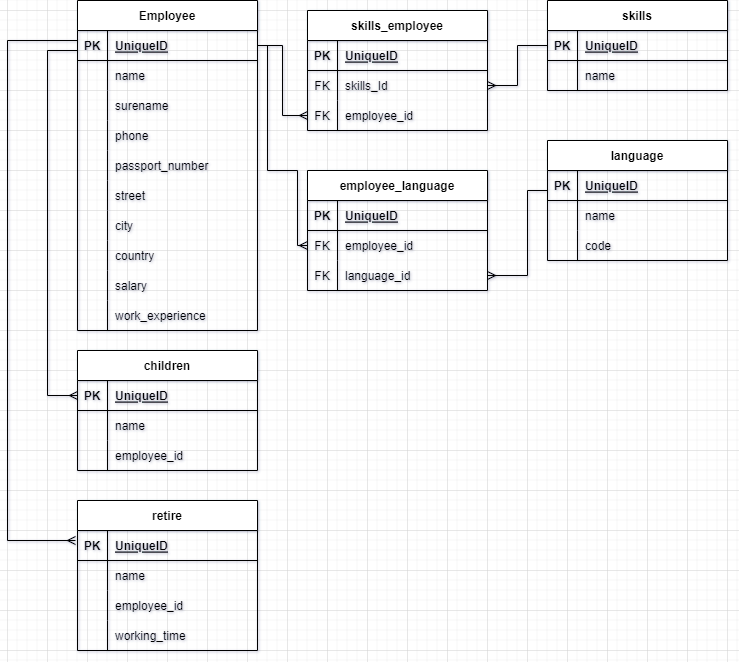
Earlier version of the draw.io export Untitled Diagram.drawio.png (JafaribnJasur/Lesson). Source tidied: cells renumbered, new cells last; positions are measured from the earlier drawing's top-left corner, leaving out a move shared by most shapes.
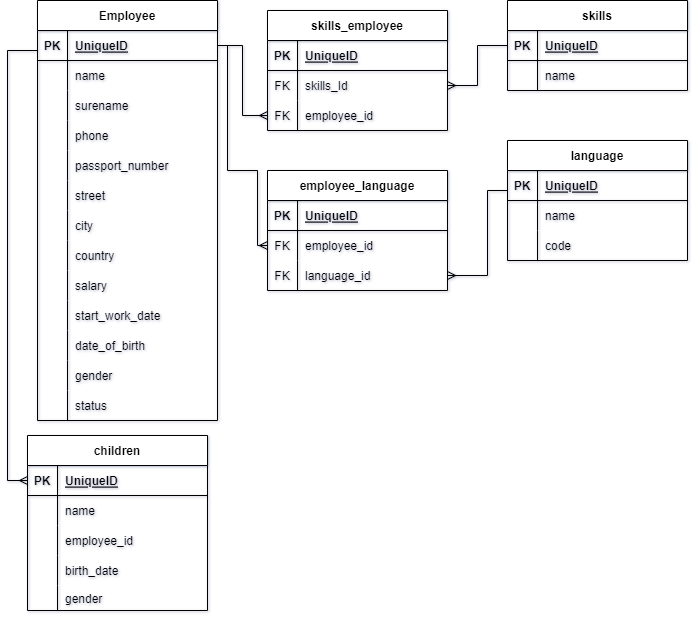
After the change.

Change to the diagram source:
```diff
@@ -3,7 +3,7 @@
     <mxCell id="0" />
     <mxCell id="1" parent="0" />
     <mxCell id="2" value="Employee" style="shape=table;startSize=30;rowLines=0;fontStyle=1;align=center;" parent="1" vertex="1">
-      <mxGeometry x="70" width="180" height="330" as="geometry" />
+      <mxGeometry x="70" width="180" height="420" as="geometry" />
     </mxCell>
     <mxCell id="3" style="shape=tableRow;horizontal=0;startSize=0;swimlaneHead=0;swimlaneBody=0;fillColor=none;points=[[0,0.5],[1,0.5]];portConstraint=eastwest;top=0;left=0;right=0;bottom=1;" parent="2" vertex="1">
       <mxGeometry y="30" width="180" height="30" as="geometry" />
@@ -92,9 +92,36 @@
     <mxCell id="31" style="shape=partialRectangle;fillColor=none;top=0;left=0;bottom=0;right=0;overflow=hidden;" parent="30" vertex="1">
       <mxGeometry width="30" height="30" as="geometry" />
     </mxCell>
-    <mxCell id="32" value="work_experience" style="shape=partialRectangle;fillColor=none;top=0;left=0;bottom=0;right=0;align=left;spacingLeft=6;overflow=hidden;" parent="30" vertex="1">
+    <mxCell id="32" value="start_work_date" style="shape=partialRectangle;fillColor=none;top=0;left=0;bottom=0;right=0;align=left;spacingLeft=6;overflow=hidden;" parent="30" vertex="1">
       <mxGeometry x="30" width="150" height="30" as="geometry" />
     </mxCell>
+    <mxCell id="99" style="shape=tableRow;horizontal=0;startSize=0;swimlaneHead=0;swimlaneBody=0;fillColor=none;top=0;left=0;right=0;bottom=0;" parent="2" vertex="1">
+      <mxGeometry y="330" width="180" height="30" as="geometry" />
+    </mxCell>
+    <mxCell id="100" style="shape=partialRectangle;fillColor=none;top=0;left=0;bottom=0;right=0;overflow=hidden;" parent="99" vertex="1">
+      <mxGeometry width="30" height="30" as="geometry" />
+    </mxCell>
+    <mxCell id="101" value="date_of_birth" style="shape=partialRectangle;fillColor=none;top=0;left=0;bottom=0;right=0;align=left;spacingLeft=6;overflow=hidden;" parent="99" vertex="1">
+      <mxGeometry x="30" width="150" height="30" as="geometry" />
+    </mxCell>
+    <mxCell id="102" style="shape=tableRow;horizontal=0;startSize=0;swimlaneHead=0;swimlaneBody=0;fillColor=none;top=0;left=0;right=0;bottom=0;" parent="2" vertex="1">
+      <mxGeometry y="360" width="180" height="30" as="geometry" />
+    </mxCell>
+    <mxCell id="103" style="shape=partialRectangle;fillColor=none;top=0;left=0;bottom=0;right=0;overflow=hidden;" parent="102" vertex="1">
+      <mxGeometry width="30" height="30" as="geometry" />
+    </mxCell>
+    <mxCell id="104" value="gender" style="shape=partialRectangle;fillColor=none;top=0;left=0;bottom=0;right=0;align=left;spacingLeft=6;overflow=hidden;" parent="102" vertex="1">
+      <mxGeometry x="30" width="150" height="30" as="geometry" />
+    </mxCell>
+    <mxCell id="105" style="shape=tableRow;horizontal=0;startSize=0;swimlaneHead=0;swimlaneBody=0;fillColor=none;top=0;left=0;right=0;bottom=0;" parent="2" vertex="1">
+      <mxGeometry y="390" width="180" height="30" as="geometry" />
+    </mxCell>
+    <mxCell id="106" style="shape=partialRectangle;fillColor=none;top=0;left=0;bottom=0;right=0;overflow=hidden;" parent="105" vertex="1">
+      <mxGeometry width="30" height="30" as="geometry" />
+    </mxCell>
+    <mxCell id="107" value="status" style="shape=partialRectangle;fillColor=none;top=0;left=0;bottom=0;right=0;align=left;spacingLeft=6;overflow=hidden;" parent="105" vertex="1">
+      <mxGeometry x="30" width="150" height="30" as="geometry" />
+    </mxCell>
     <mxCell id="33" value="skills" style="shape=table;startSize=30;rowLines=0;fontStyle=1;align=center;" parent="1" vertex="1">
       <mxGeometry x="540" width="180" height="90" as="geometry" />
     </mxCell>
@@ -232,7 +259,7 @@
       </mxGeometry>
     </mxCell>
     <mxCell id="74" value="children" style="shape=table;startSize=30;rowLines=0;fontStyle=1;align=center;" parent="1" vertex="1">
-      <mxGeometry x="70" y="350" width="180" height="120" as="geometry" />
+      <mxGeometry x="60" y="435" width="180" height="175" as="geometry" />
     </mxCell>
     <mxCell id="75" style="shape=tableRow;horizontal=0;startSize=0;swimlaneHead=0;swimlaneBody=0;fillColor=none;points=[[0,0.5],[1,0.5]];portConstraint=eastwest;top=0;left=0;right=0;bottom=1;" parent="74" vertex="1">
       <mxGeometry y="30" width="180" height="30" as="geometry" />
@@ -261,64 +288,32 @@
     <mxCell id="83" value="employee_id" style="shape=partialRectangle;fillColor=none;top=0;left=0;bottom=0;right=0;align=left;spacingLeft=6;overflow=hidden;" parent="81" vertex="1">
       <mxGeometry x="30" width="150" height="30" as="geometry" />
     </mxCell>
+    <mxCell id="95" style="shape=tableRow;horizontal=0;startSize=0;swimlaneHead=0;swimlaneBody=0;fillColor=none;top=0;left=0;right=0;bottom=0;" parent="74" vertex="1">
+      <mxGeometry y="120" width="180" height="30" as="geometry" />
+    </mxCell>
+    <mxCell id="108" style="shape=partialRectangle;fillColor=none;top=0;left=0;bottom=0;right=0;overflow=hidden;" parent="95" vertex="1">
+      <mxGeometry width="30" height="30" as="geometry" />
+    </mxCell>
+    <mxCell id="109" value="birth_date" style="shape=partialRectangle;fillColor=none;top=0;left=0;bottom=0;right=0;align=left;spacingLeft=6;overflow=hidden;" parent="95" vertex="1">
+      <mxGeometry x="30" width="150" height="30" as="geometry" />
+    </mxCell>
+    <mxCell id="110" style="shape=tableRow;horizontal=0;startSize=0;swimlaneHead=0;swimlaneBody=0;fillColor=none;top=0;left=0;right=0;bottom=0;" parent="74" vertex="1">
+      <mxGeometry y="150" width="180" height="25" as="geometry" />
+    </mxCell>
+    <mxCell id="111" style="shape=partialRectangle;fillColor=none;top=0;left=0;bottom=0;right=0;overflow=hidden;" parent="110" vertex="1">
+      <mxGeometry width="30" height="25" as="geometry" />
+    </mxCell>
+    <mxCell id="112" value="gender" style="shape=partialRectangle;fillColor=none;top=0;left=0;bottom=0;right=0;align=left;spacingLeft=6;overflow=hidden;" parent="110" vertex="1">
+      <mxGeometry x="30" width="150" height="25" as="geometry" />
+    </mxCell>
     <mxCell id="84" style="edgeStyle=orthogonalEdgeStyle;rounded=0;jettySize=auto;html=1;endArrow=ERmany;endFill=0;entryX=0;entryY=0.5;entryDx=0;entryDy=0;exitX=0;exitY=0.5;exitDx=0;exitDy=0;" parent="1" edge="1" source="3" target="75">
       <mxGeometry relative="1" as="geometry">
         <Array as="points">
           <mxPoint x="70" y="50" />
           <mxPoint x="40" y="50" />
-          <mxPoint x="40" y="395" />
+          <mxPoint x="40" y="480" />
         </Array>
       </mxGeometry>
     </mxCell>
-    <mxCell id="85" value="retire" style="shape=table;startSize=30;rowLines=0;fontStyle=1;align=center;" parent="1" vertex="1">
-      <mxGeometry x="70" y="500" width="180" height="150" as="geometry" />
-    </mxCell>
-    <mxCell id="86" style="shape=tableRow;horizontal=0;startSize=0;swimlaneHead=0;swimlaneBody=0;fillColor=none;top=0;left=0;right=0;bottom=1;" parent="85" vertex="1">
-      <mxGeometry y="30" width="180" height="30" as="geometry" />
-    </mxCell>
-    <mxCell id="87" value="PK" style="shape=partialRectangle;fillColor=none;top=0;left=0;bottom=0;right=0;fontStyle=1;overflow=hidden;" parent="86" vertex="1">
-      <mxGeometry width="30" height="30" as="geometry" />
-    </mxCell>
-    <mxCell id="88" value="UniqueID" style="shape=partialRectangle;fillColor=none;top=0;left=0;bottom=0;right=0;align=left;spacingLeft=6;fontStyle=5;overflow=hidden;" parent="86" vertex="1">
-      <mxGeometry x="30" width="150" height="30" as="geometry" />
-    </mxCell>
-    <mxCell id="89" style="shape=tableRow;horizontal=0;startSize=0;swimlaneHead=0;swimlaneBody=0;fillColor=none;top=0;left=0;right=0;bottom=0;" parent="85" vertex="1">
-      <mxGeometry y="60" width="180" height="30" as="geometry" />
-    </mxCell>
-    <mxCell id="90" style="shape=partialRectangle;fillColor=none;top=0;left=0;bottom=0;right=0;overflow=hidden;" parent="89" vertex="1">
-      <mxGeometry width="30" height="30" as="geometry" />
-    </mxCell>
-    <mxCell id="91" value="name" style="shape=partialRectangle;fillColor=none;top=0;left=0;bottom=0;right=0;align=left;spacingLeft=6;overflow=hidden;" parent="89" vertex="1">
-      <mxGeometry x="30" width="150" height="30" as="geometry" />
-    </mxCell>
-    <mxCell id="92" style="shape=tableRow;horizontal=0;startSize=0;swimlaneHead=0;swimlaneBody=0;fillColor=none;top=0;left=0;right=0;bottom=0;" parent="85" vertex="1">
-      <mxGeometry y="90" width="180" height="30" as="geometry" />
-    </mxCell>
-    <mxCell id="93" style="shape=partialRectangle;fillColor=none;top=0;left=0;bottom=0;right=0;overflow=hidden;" parent="92" vertex="1">
-      <mxGeometry width="30" height="30" as="geometry" />
-    </mxCell>
-    <mxCell id="94" value="employee_id" style="shape=partialRectangle;fillColor=none;top=0;left=0;bottom=0;right=0;align=left;spacingLeft=6;overflow=hidden;" parent="92" vertex="1">
-      <mxGeometry x="30" width="150" height="30" as="geometry" />
-    </mxCell>
-    <mxCell id="95" style="shape=tableRow;horizontal=0;startSize=0;swimlaneHead=0;swimlaneBody=0;fillColor=none;top=0;left=0;right=0;bottom=0;" parent="85" vertex="1">
-      <mxGeometry y="120" width="180" height="30" as="geometry" />
-    </mxCell>
-    <mxCell id="96" style="shape=partialRectangle;fillColor=none;top=0;left=0;bottom=0;right=0;overflow=hidden;" parent="95" vertex="1">
-      <mxGeometry width="30" height="30" as="geometry" />
-    </mxCell>
-    <mxCell id="97" value="working_time" style="shape=partialRectangle;fillColor=none;top=0;left=0;bottom=0;right=0;align=left;spacingLeft=6;overflow=hidden;" parent="95" vertex="1">
-      <mxGeometry x="30" width="150" height="30" as="geometry" />
-    </mxCell>
-    <mxCell id="98" style="edgeStyle=orthogonalEdgeStyle;rounded=0;orthogonalLoop=1;jettySize=auto;html=1;endArrow=ERmany;endFill=0;" parent="1" edge="1">
-      <mxGeometry relative="1" as="geometry">
-        <mxPoint x="70" y="40" as="sourcePoint" />
-        <mxPoint x="68" y="540" as="targetPoint" />
-        <Array as="points">
-          <mxPoint y="40" />
-          <mxPoint y="540" />
-          <mxPoint x="68" y="540" />
-        </Array>
-      </mxGeometry>
-    </mxCell>
   </root>
 </mxGraphModel>
```
